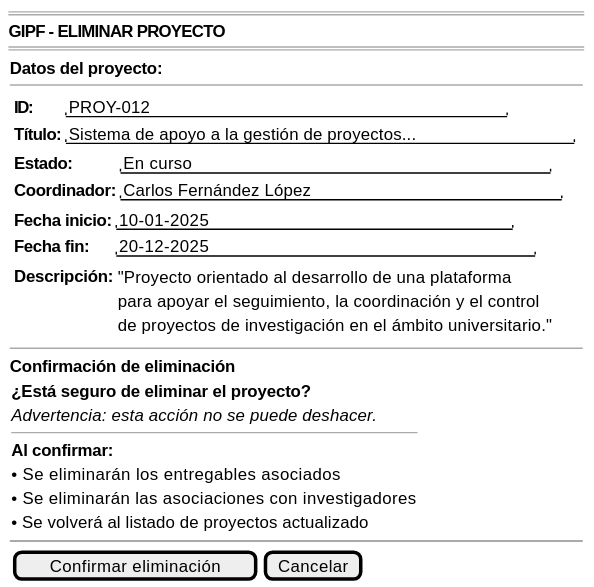
beatriizorozco/25-26-idsw2-sdVC keeps this PlantUML diagram as images/RUP/00-casos-uso/02-detalle/coordinador/eliminarProyecto/eliminarProyecto-wireframe.svg. Above is the earlier version. The source it was exported from:
```plantuml
@startsalt eliminarProyecto-wireframe
{
    ====
    <b>GIPF - ELIMINAR PROYECTO</b>
    ====
    {
        <b>Datos del proyecto:</b>
        --
        {
            {
            {<b>ID:</b> | "PROY-012                               "
            <b>Título:</b> | "Sistema de apoyo a la gestión de proyectos..."}

            {<b>Estado:</b> | "En curso                              "
            <b>Coordinador:</b> | "Carlos Fernández López                 "}

            {<b>Fecha inicio:</b> | "10-01-2025                         "
            <b>Fecha fin:</b> | "20-12-2025                           "}

            {<b>Descripción:</b> |
                {"Proyecto orientado al desarrollo de una plataforma
                para apoyar el seguimiento, la coordinación y el control
                de proyectos de investigación en el ámbito universitario."}}
            }
        }

        --

        <b>Confirmación de eliminación</b>
        {
            <b>¿Está seguro de eliminar el proyecto?</b>
            <i>Advertencia: esta acción no se puede deshacer.</i>

            --
            <b>Al confirmar:</b>
            • Se eliminarán los entregables asociados
            • Se eliminarán las asociaciones con investigadores
            • Se volverá al listado de proyectos actualizado
        }

        ~~

        {[Confirmar eliminación] | [Cancelar]}
    }
}
@endsalt
```
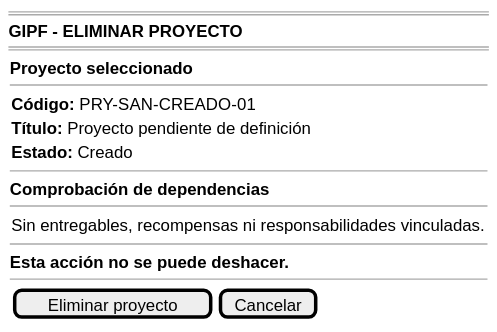
The same file after the commit.

Diff of the diagram source:
```diff
@@ -4,43 +4,23 @@
     <b>GIPF - ELIMINAR PROYECTO</b>
     ====
     {
-        <b>Datos del proyecto:</b>
+        <b>Proyecto seleccionado</b>
         --
         {
-            {
-            {<b>ID:</b> | "PROY-012                               "
-            <b>Título:</b> | "Sistema de apoyo a la gestión de proyectos..."}
-
-            {<b>Estado:</b> | "En curso                              "
-            <b>Coordinador:</b> | "Carlos Fernández López                 "}
-
-            {<b>Fecha inicio:</b> | "10-01-2025                         "
-            <b>Fecha fin:</b> | "20-12-2025                           "}
-
-            {<b>Descripción:</b> |
-                {"Proyecto orientado al desarrollo de una plataforma
-                para apoyar el seguimiento, la coordinación y el control
-                de proyectos de investigación en el ámbito universitario."}}
-            }
+            <b>Código:</b> PRY-SAN-CREADO-01
+            <b>Título:</b> Proyecto pendiente de definición
+            <b>Estado:</b> Creado
         }
-
         --
-
-        <b>Confirmación de eliminación</b>
+        <b>Comprobación de dependencias</b>
+        --
         {
-            <b>¿Está seguro de eliminar el proyecto?</b>
-            <i>Advertencia: esta acción no se puede deshacer.</i>
-
-            --
-            <b>Al confirmar:</b>
-            • Se eliminarán los entregables asociados
-            • Se eliminarán las asociaciones con investigadores
-            • Se volverá al listado de proyectos actualizado
+            Sin entregables, recompensas ni responsabilidades vinculadas.
         }
-
-        ~~
-
-        {[Confirmar eliminación] | [Cancelar]}
+        --
+        <b>Esta acción no se puede deshacer.</b>
+        --
+        {[Eliminar proyecto] | [Cancelar]}
     }
 }
 @endsalt
```
